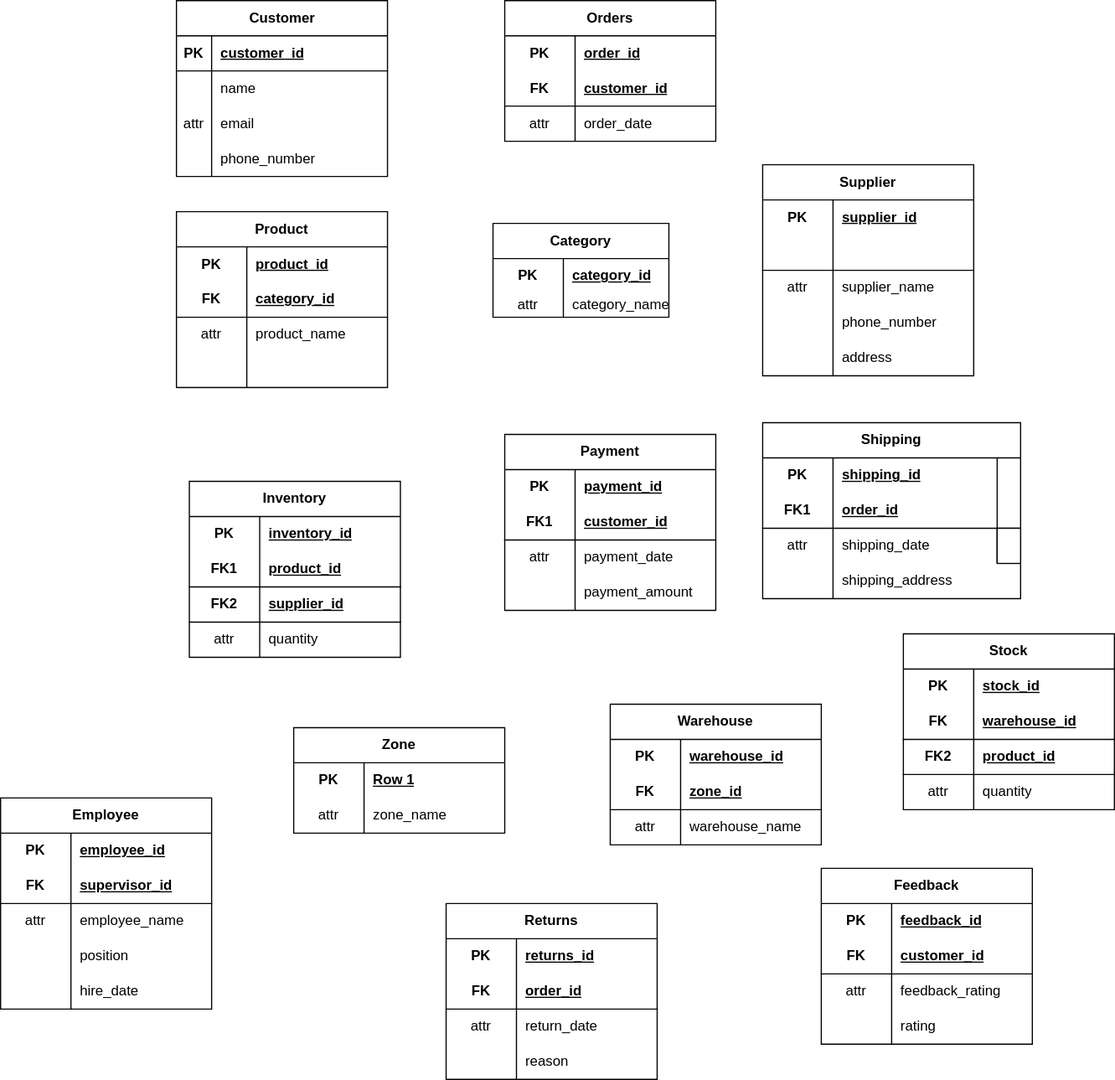
The draw.io diagram Assign2_DB.drawio.svg in gregguu/DB2, before a commit. Source tidied: cells renumbered, new cells last; positions are measured from the earlier drawing's top-left corner, leaving out a move shared by most shapes.
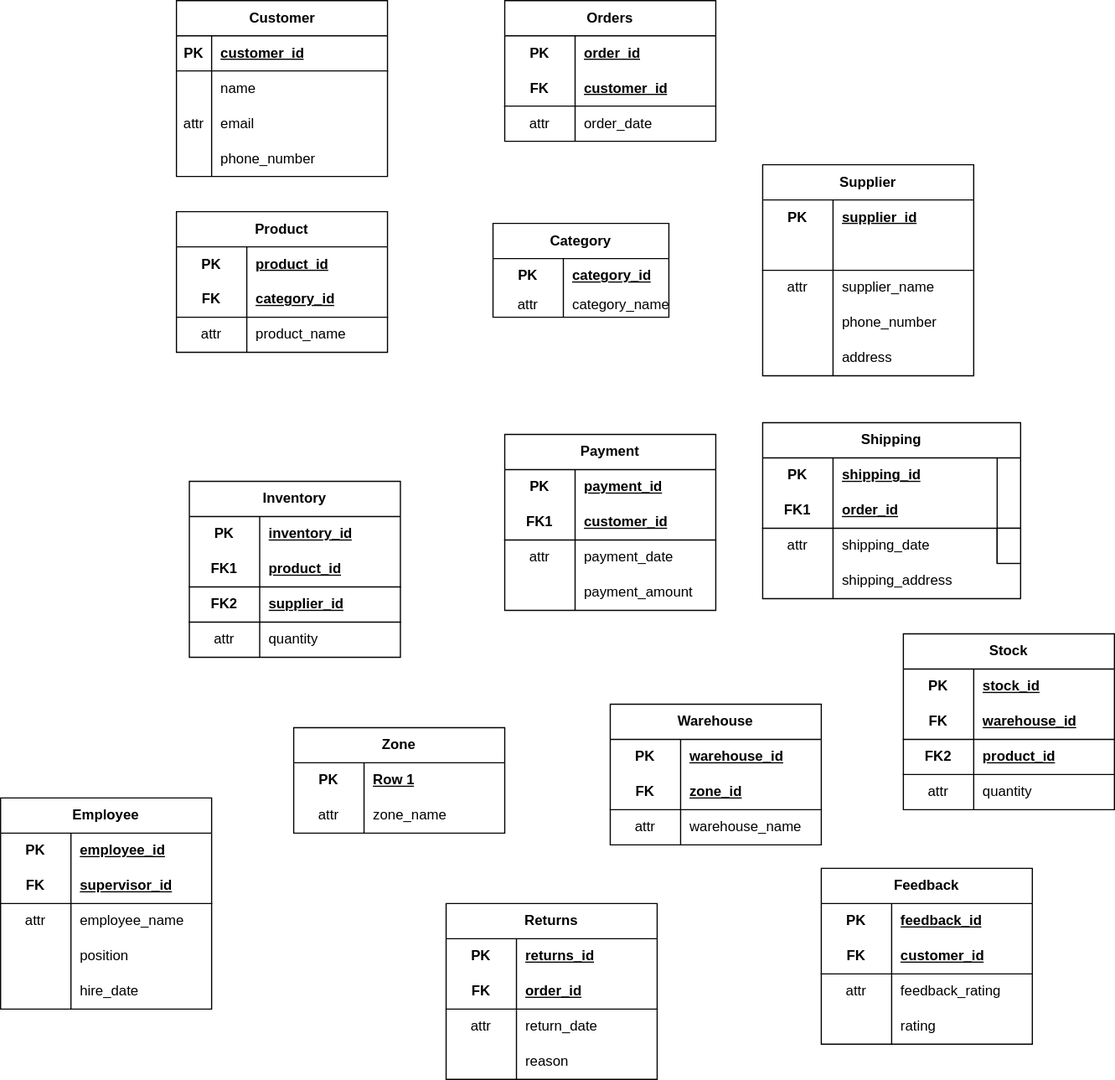
The same diagram one commit later.

Diff of the diagram source:
```diff
@@ -72,7 +72,7 @@
       <mxGeometry x="60" width="120" height="30" as="geometry" />
     </mxCell>
     <mxCell id="25" value="Product" style="shape=table;startSize=30;rowLines=0;fontStyle=1;align=center;html=1;whiteSpace=wrap;" parent="1" vertex="1">
-      <mxGeometry x="150" y="180" width="180" height="150" as="geometry" />
+      <mxGeometry x="150" y="180" width="180" height="120" as="geometry" />
     </mxCell>
     <mxCell id="26" style="shape=tableRow;horizontal=0;startSize=0;swimlaneHead=0;swimlaneBody=0;fillColor=none;top=0;left=0;right=0;bottom=0;html=1;" parent="25" vertex="1">
       <mxGeometry y="30" width="180" height="30" as="geometry" />
@@ -101,15 +101,6 @@
     <mxCell id="34" value="product_name" style="shape=partialRectangle;fillColor=none;top=0;left=0;bottom=0;right=0;align=left;spacingLeft=6;overflow=hidden;html=1;whiteSpace=wrap;" parent="32" vertex="1">
       <mxGeometry x="60" width="120" height="30" as="geometry" />
     </mxCell>
-    <mxCell id="35" style="shape=tableRow;horizontal=0;startSize=0;swimlaneHead=0;swimlaneBody=0;fillColor=none;top=0;left=0;right=0;bottom=0;html=1;" parent="25" vertex="1">
-      <mxGeometry y="120" width="180" height="30" as="geometry" />
-    </mxCell>
-    <mxCell id="36" style="shape=partialRectangle;fillColor=none;top=0;left=0;bottom=0;right=0;overflow=hidden;html=1;whiteSpace=wrap;" parent="35" vertex="1">
-      <mxGeometry width="60" height="30" as="geometry" />
-    </mxCell>
-    <mxCell id="37" style="shape=partialRectangle;fillColor=none;top=0;left=0;bottom=0;right=0;align=left;spacingLeft=6;overflow=hidden;html=1;whiteSpace=wrap;" parent="35" vertex="1">
-      <mxGeometry x="60" width="120" height="30" as="geometry" />
-    </mxCell>
     <mxCell id="38" value="Category" style="shape=table;startSize=30;rowLines=0;fontStyle=1;align=center;html=1;whiteSpace=wrap;" parent="1" vertex="1">
       <mxGeometry x="420" y="190" width="150" height="80" as="geometry" />
     </mxCell>
```
